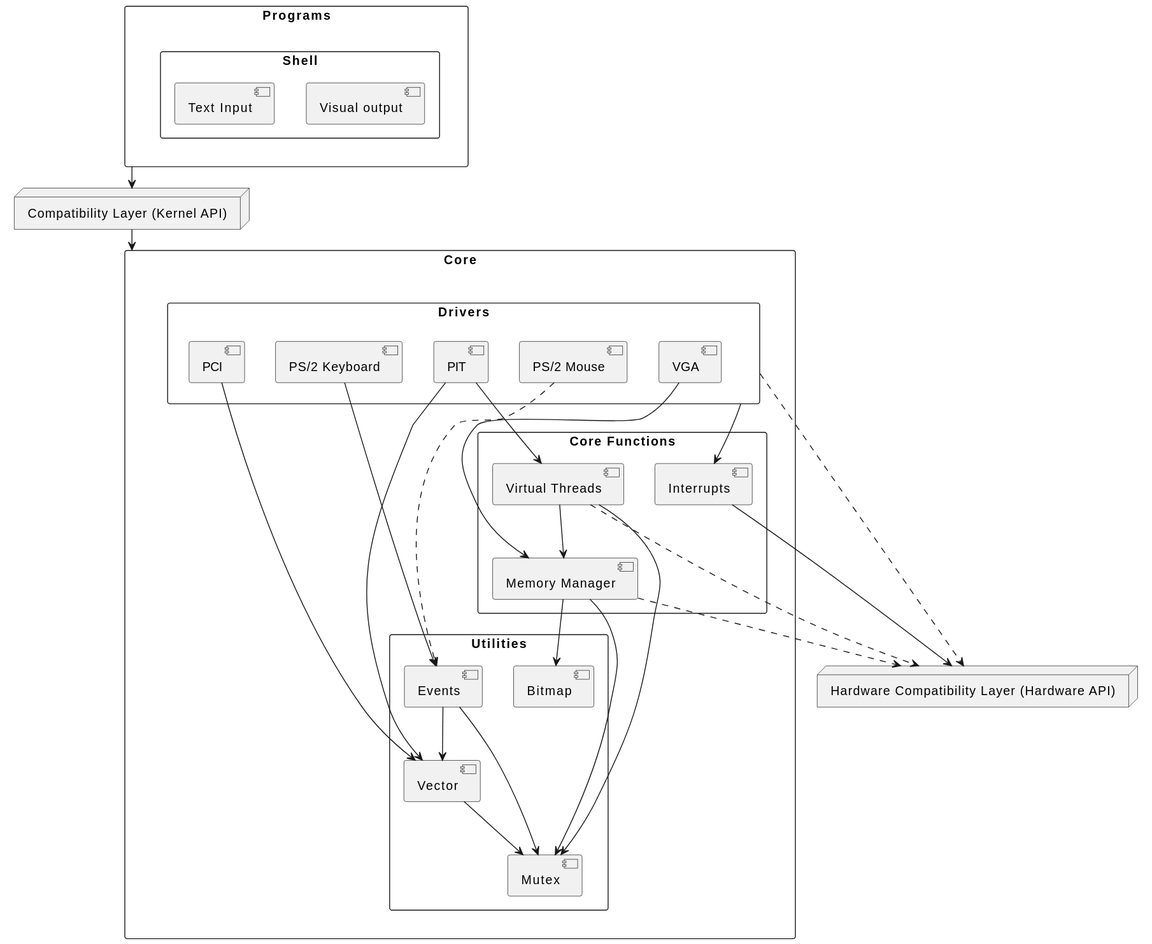
Above: docs/svg/kernel diagram.svg in cactoes/virtual_reflections_os (PlantUML), before the change.
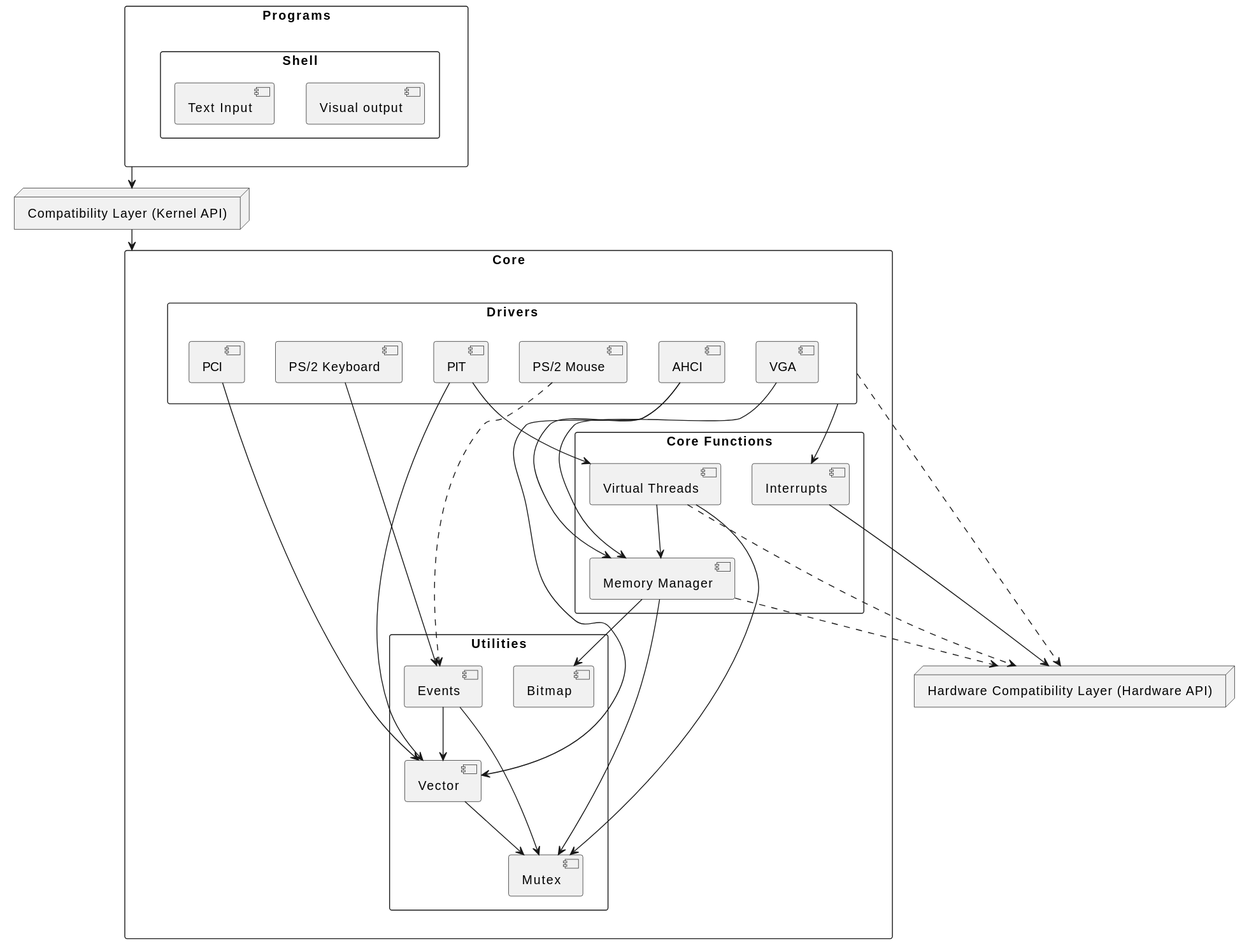
Above is the later version.

Commit message:
auto generated diagrams [skip ci]

The edit, as a diff of the source:
```diff
@@ -9,6 +9,7 @@
         [VGA]
         [PS/2 Keyboard]
         [PS/2 Mouse]
+        [AHCI]
     }
 
     rectangle "Core Functions" {
@@ -38,6 +39,8 @@
 [VGA] --> [Memory Manager]
 [PS/2 Keyboard] --> [Events]
 [PS/2 Mouse] ..> [Events]
+[AHCI] --> [Memory Manager]
+[AHCI] --> [Vector]
 
 [Events] --> [Mutex]
 [Events] --> [Vector]
```
